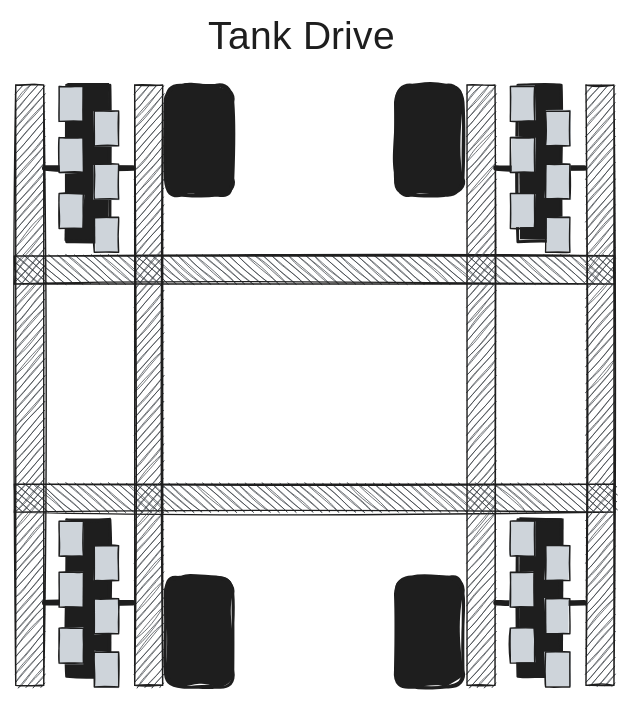
This is entries/drivetrain-1/brainstorm-drive-configurations/TankDrive.excalidraw.svg from Area-53-Robotics/53D-High-Stakes-Notebook, a Excalidraw export, as it was before one commit. Source tidied: one line per element, renumbered; positions are measured from the earlier drawing's top-left corner, leaving out a move shared by most shapes. Source of this version:
```json
{"id": 0, "type": "rectangle", "strokeColor": "#1e1e1e", "angle": 4.71, "backgroundColor": "#343a40", "fillStyle": "hachure", "strokeWidth": 1, "roughness": 1, "x": 204, "y": 163, "width": 20, "height": 429}
{"id": 1, "type": "rectangle", "strokeColor": "#1e1e1e", "angle": 4.71, "backgroundColor": "#343a40", "fillStyle": "hachure", "strokeWidth": 1, "roughness": 1, "x": 204, "y": 0, "width": 20, "height": 429}
{"id": 2, "type": "rectangle", "strokeColor": "#1e1e1e", "backgroundColor": "#343a40", "fillStyle": "hachure", "strokeWidth": 1, "roughness": 1, "x": 0, "y": 82, "width": 20, "height": 429}
{"id": 3, "type": "rectangle", "strokeColor": "#1e1e1e", "backgroundColor": "#343a40", "fillStyle": "hachure", "strokeWidth": 1, "roughness": 1, "x": 85, "y": 82, "width": 20, "height": 429}
{"id": 4, "type": "line", "strokeColor": "#1e1e1e", "backgroundColor": "#ced4da", "fillStyle": "solid", "strokeWidth": 4, "roughness": 1, "x": 21, "y": 142, "width": 63, "height": 0, "points": [[0, 0], [63, 0]]}
{"id": 5, "type": "rectangle", "strokeColor": "#1e1e1e", "backgroundColor": "#1e1e1e", "fillStyle": "solid", "strokeWidth": 2, "roughness": 1, "x": 36, "y": 82, "width": 31, "height": 112}
{"id": 6, "type": "rectangle", "strokeColor": "#1e1e1e", "backgroundColor": "#ced4da", "fillStyle": "solid", "strokeWidth": 1, "roughness": 1, "x": 31, "y": 83, "width": 17, "height": 25}
{"id": 7, "type": "rectangle", "strokeColor": "#1e1e1e", "backgroundColor": "#ced4da", "fillStyle": "solid", "strokeWidth": 1, "roughness": 1, "x": 56, "y": 101, "width": 17, "height": 25}
{"id": 8, "type": "rectangle", "strokeColor": "#1e1e1e", "backgroundColor": "#ced4da", "fillStyle": "solid", "strokeWidth": 1, "roughness": 1, "x": 31, "y": 120, "width": 17, "height": 25}
{"id": 9, "type": "rectangle", "strokeColor": "#1e1e1e", "backgroundColor": "#ced4da", "fillStyle": "solid", "strokeWidth": 1, "roughness": 1, "x": 56, "y": 139, "width": 17, "height": 25}
{"id": 10, "type": "rectangle", "strokeColor": "#1e1e1e", "backgroundColor": "#ced4da", "fillStyle": "solid", "strokeWidth": 1, "roughness": 1, "x": 31, "y": 160, "width": 17, "height": 25}
{"id": 11, "type": "rectangle", "strokeColor": "#1e1e1e", "backgroundColor": "#ced4da", "fillStyle": "solid", "strokeWidth": 1, "roughness": 1, "x": 56, "y": 177, "width": 17, "height": 25}
{"id": 12, "type": "line", "strokeColor": "#1e1e1e", "backgroundColor": "#ced4da", "fillStyle": "solid", "strokeWidth": 4, "roughness": 1, "x": 21, "y": 452, "width": 63, "height": 0, "points": [[0, 0], [63, 0]]}
{"id": 13, "type": "rectangle", "strokeColor": "#1e1e1e", "backgroundColor": "#1e1e1e", "fillStyle": "solid", "strokeWidth": 2, "roughness": 1, "x": 36, "y": 393, "width": 31, "height": 112}
{"id": 14, "type": "rectangle", "strokeColor": "#1e1e1e", "backgroundColor": "#ced4da", "fillStyle": "solid", "strokeWidth": 1, "roughness": 1, "x": 31, "y": 394, "width": 17, "height": 25}
{"id": 15, "type": "rectangle", "strokeColor": "#1e1e1e", "backgroundColor": "#ced4da", "fillStyle": "solid", "strokeWidth": 1, "roughness": 1, "x": 56, "y": 411, "width": 17, "height": 25}
{"id": 16, "type": "rectangle", "strokeColor": "#1e1e1e", "backgroundColor": "#ced4da", "fillStyle": "solid", "strokeWidth": 1, "roughness": 1, "x": 31, "y": 430, "width": 17, "height": 25}
{"id": 17, "type": "rectangle", "strokeColor": "#1e1e1e", "backgroundColor": "#ced4da", "fillStyle": "solid", "strokeWidth": 1, "roughness": 1, "x": 56, "y": 449, "width": 17, "height": 25}
{"id": 18, "type": "rectangle", "strokeColor": "#1e1e1e", "backgroundColor": "#ced4da", "fillStyle": "solid", "strokeWidth": 1, "roughness": 1, "x": 31, "y": 470, "width": 17, "height": 25}
{"id": 19, "type": "rectangle", "strokeColor": "#1e1e1e", "backgroundColor": "#ced4da", "fillStyle": "solid", "strokeWidth": 1, "roughness": 1, "x": 56, "y": 487, "width": 17, "height": 25}
{"id": 20, "type": "rectangle", "strokeColor": "#1e1e1e", "backgroundColor": "#343a40", "fillStyle": "hachure", "strokeWidth": 1, "roughness": 1, "x": 322, "y": 82, "width": 20, "height": 429}
{"id": 21, "type": "rectangle", "strokeColor": "#1e1e1e", "backgroundColor": "#343a40", "fillStyle": "hachure", "strokeWidth": 1, "roughness": 1, "x": 408, "y": 82, "width": 20, "height": 429}
{"id": 22, "type": "line", "strokeColor": "#1e1e1e", "backgroundColor": "#ced4da", "fillStyle": "solid", "strokeWidth": 4, "roughness": 1, "x": 343, "y": 142, "width": 63, "height": 0, "points": [[0, 0], [63, 0]]}
{"id": 23, "type": "rectangle", "strokeColor": "#1e1e1e", "backgroundColor": "#1e1e1e", "fillStyle": "solid", "strokeWidth": 2, "roughness": 1, "x": 359, "y": 82, "width": 31, "height": 112}
{"id": 24, "type": "rectangle", "strokeColor": "#1e1e1e", "backgroundColor": "#ced4da", "fillStyle": "solid", "strokeWidth": 1, "roughness": 1, "x": 353, "y": 83, "width": 17, "height": 25}
{"id": 25, "type": "rectangle", "strokeColor": "#1e1e1e", "backgroundColor": "#ced4da", "fillStyle": "solid", "strokeWidth": 1, "roughness": 1, "x": 379, "y": 101, "width": 17, "height": 25}
{"id": 26, "type": "rectangle", "strokeColor": "#1e1e1e", "backgroundColor": "#ced4da", "fillStyle": "solid", "strokeWidth": 1, "roughness": 1, "x": 353, "y": 120, "width": 17, "height": 25}
{"id": 27, "type": "rectangle", "strokeColor": "#1e1e1e", "backgroundColor": "#ced4da", "fillStyle": "solid", "strokeWidth": 1, "roughness": 1, "x": 379, "y": 139, "width": 17, "height": 25}
{"id": 28, "type": "rectangle", "strokeColor": "#1e1e1e", "backgroundColor": "#ced4da", "fillStyle": "solid", "strokeWidth": 1, "roughness": 1, "x": 353, "y": 160, "width": 17, "height": 25}
{"id": 29, "type": "rectangle", "strokeColor": "#1e1e1e", "backgroundColor": "#ced4da", "fillStyle": "solid", "strokeWidth": 1, "roughness": 1, "x": 379, "y": 177, "width": 17, "height": 25}
{"id": 30, "type": "line", "strokeColor": "#1e1e1e", "backgroundColor": "#ced4da", "fillStyle": "solid", "strokeWidth": 4, "roughness": 1, "x": 343, "y": 452, "width": 63, "height": 0, "points": [[0, 0], [63, 0]]}
{"id": 31, "type": "rectangle", "strokeColor": "#1e1e1e", "backgroundColor": "#1e1e1e", "fillStyle": "solid", "strokeWidth": 2, "roughness": 1, "x": 359, "y": 393, "width": 31, "height": 112}
{"id": 32, "type": "rectangle", "strokeColor": "#1e1e1e", "backgroundColor": "#ced4da", "fillStyle": "solid", "strokeWidth": 1, "roughness": 1, "x": 353, "y": 394, "width": 17, "height": 25}
{"id": 33, "type": "rectangle", "strokeColor": "#1e1e1e", "backgroundColor": "#ced4da", "fillStyle": "solid", "strokeWidth": 1, "roughness": 1, "x": 379, "y": 411, "width": 17, "height": 25}
{"id": 34, "type": "rectangle", "strokeColor": "#1e1e1e", "backgroundColor": "#ced4da", "fillStyle": "solid", "strokeWidth": 1, "roughness": 1, "x": 353, "y": 430, "width": 17, "height": 25}
{"id": 35, "type": "rectangle", "strokeColor": "#1e1e1e", "backgroundColor": "#ced4da", "fillStyle": "solid", "strokeWidth": 1, "roughness": 1, "x": 379, "y": 449, "width": 17, "height": 25}
{"id": 36, "type": "rectangle", "strokeColor": "#1e1e1e", "backgroundColor": "#ced4da", "fillStyle": "solid", "strokeWidth": 1, "roughness": 1, "x": 353, "y": 470, "width": 17, "height": 25}
{"id": 37, "type": "rectangle", "strokeColor": "#1e1e1e", "backgroundColor": "#ced4da", "fillStyle": "solid", "strokeWidth": 1, "roughness": 1, "x": 379, "y": 487, "width": 17, "height": 25}
{"id": 38, "type": "text", "text": "Tank Drive", "strokeColor": "#1e1e1e", "backgroundColor": "#ced4da", "fillStyle": "solid", "strokeWidth": 4, "roughness": 1, "fontSize": 28, "fontFamily": 1, "x": 138, "y": 31, "width": 152, "height": 35}
{"id": 39, "type": "rectangle", "strokeColor": "#1e1e1e", "angle": 4.71, "backgroundColor": "#1e1e1e", "fillStyle": "solid", "strokeWidth": 2, "roughness": 1, "round": true, "x": 92, "y": 97, "width": 79, "height": 48}
{"id": 40, "type": "rectangle", "strokeColor": "#1e1e1e", "angle": 4.71, "backgroundColor": "#1e1e1e", "fillStyle": "solid", "strokeWidth": 2, "roughness": 1, "round": true, "x": 92, "y": 449, "width": 79, "height": 48}
{"id": 41, "type": "rectangle", "strokeColor": "#1e1e1e", "angle": 4.71, "backgroundColor": "#1e1e1e", "fillStyle": "solid", "strokeWidth": 2, "roughness": 1, "round": true, "x": 256, "y": 97, "width": 79, "height": 48}
{"id": 42, "type": "rectangle", "strokeColor": "#1e1e1e", "angle": 4.71, "backgroundColor": "#1e1e1e", "fillStyle": "solid", "strokeWidth": 2, "roughness": 1, "round": true, "x": 256, "y": 449, "width": 79, "height": 48}
```
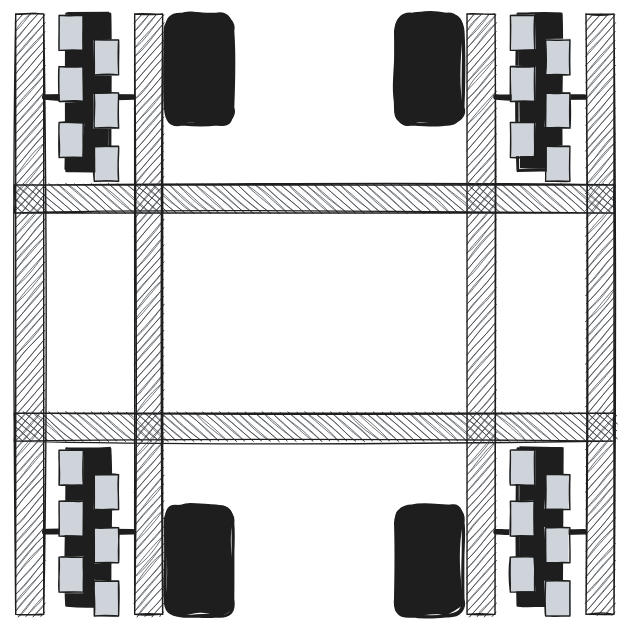
Above is the later version.

What changed in the source:
```diff
@@ -36,7 +36,6 @@
 {"id": 35, "type": "rectangle", "strokeColor": "#1e1e1e", "backgroundColor": "#ced4da", "fillStyle": "solid", "strokeWidth": 1, "roughness": 1, "x": 379, "y": 449, "width": 17, "height": 25}
 {"id": 36, "type": "rectangle", "strokeColor": "#1e1e1e", "backgroundColor": "#ced4da", "fillStyle": "solid", "strokeWidth": 1, "roughness": 1, "x": 353, "y": 470, "width": 17, "height": 25}
 {"id": 37, "type": "rectangle", "strokeColor": "#1e1e1e", "backgroundColor": "#ced4da", "fillStyle": "solid", "strokeWidth": 1, "roughness": 1, "x": 379, "y": 487, "width": 17, "height": 25}
-{"id": 38, "type": "text", "text": "Tank Drive", "strokeColor": "#1e1e1e", "backgroundColor": "#ced4da", "fillStyle": "solid", "strokeWidth": 4, "roughness": 1, "fontSize": 28, "fontFamily": 1, "x": 138, "y": 31, "width": 152, "height": 35}
 {"id": 39, "type": "rectangle", "strokeColor": "#1e1e1e", "angle": 4.71, "backgroundColor": "#1e1e1e", "fillStyle": "solid", "strokeWidth": 2, "roughness": 1, "round": true, "x": 92, "y": 97, "width": 79, "height": 48}
 {"id": 40, "type": "rectangle", "strokeColor": "#1e1e1e", "angle": 4.71, "backgroundColor": "#1e1e1e", "fillStyle": "solid", "strokeWidth": 2, "roughness": 1, "round": true, "x": 92, "y": 449, "width": 79, "height": 48}
 {"id": 41, "type": "rectangle", "strokeColor": "#1e1e1e", "angle": 4.71, "backgroundColor": "#1e1e1e", "fillStyle": "solid", "strokeWidth": 2, "roughness": 1, "round": true, "x": 256, "y": 97, "width": 79, "height": 48}
```
